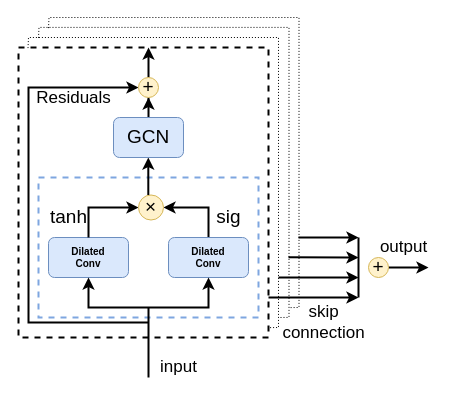
This is page "TCN" (2 of 2) of Untitled Diagram.drawio from edwin-zft/gtcn, a draw.io file, before an edit. Source tidied: cells renumbered, new cells numbered last; positions are measured from the earlier drawing's top-left corner, leaving out a move shared by most shapes. Both pictures are drawn from the tidied source at 100%, with x=0, y=0 at pixel (18, 17).
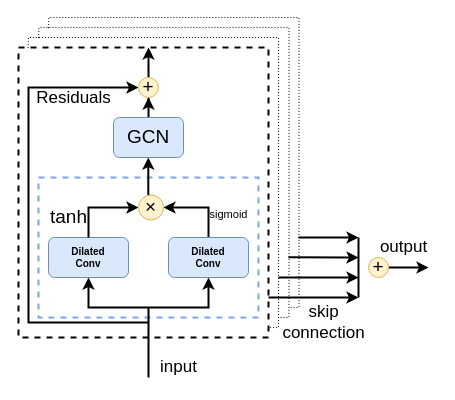
After the change.

Diff of the diagram source:
```diff
@@
-    <mxCell id="11" value="sig" style="text;html=1;align=center;verticalAlign=middle;strokeColor=none;fillColor=none;fontSize=19;fontFamily=Helvetica;fontColor=default;strokeWidth=2;" parent="1" vertex="1">
-      <mxGeometry x="185" y="180" width="50" height="40" as="geometry" />
+    <mxCell id="11" value="&lt;font style=&quot;font-size: 11px;&quot;&gt;sigmoid&lt;/font&gt;" style="text;html=1;align=center;verticalAlign=middle;strokeColor=none;fillColor=none;fontSize=19;fontFamily=Helvetica;fontColor=default;strokeWidth=2;" parent="1" vertex="1">
+      <mxGeometry x="180" y="175" width="60" height="40" as="geometry" />
     </mxCell>
```
